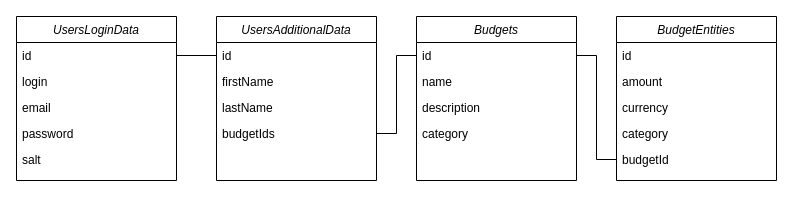
The draw.io diagram budget-buddy-ERD.drawio in marcinkida97/budget-buddy-api, before the edit. Source tidied: cells renumbered, new cells numbered last; positions are measured from the earlier drawing's top-left corner, leaving out a move shared by most shapes. Both pictures are drawn from the tidied source at 100%, with x=0, y=0 at pixel (16, 16).
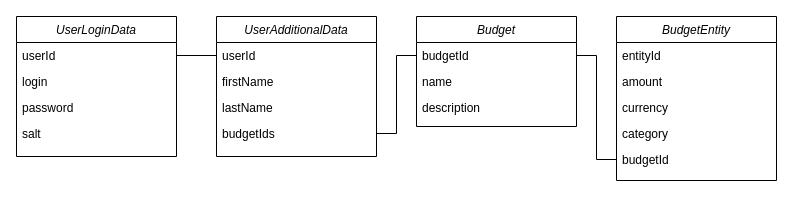
After the change.

What changed in the source:
```diff
@@
-    <mxCell id="2" value="UsersLoginData" style="swimlane;fontStyle=2;align=center;verticalAlign=top;horizontal=1;startSize=26;rounded=0;shadow=0;strokeWidth=1;" parent="1" vertex="1">
-      <mxGeometry width="160" height="164" as="geometry" />
+    <mxCell id="2" value="UserLoginData" style="swimlane;fontStyle=2;align=center;verticalAlign=top;horizontal=1;startSize=26;rounded=0;shadow=0;strokeWidth=1;" parent="1" vertex="1">
+      <mxGeometry width="160" height="140" as="geometry" />
     </mxCell>
-    <mxCell id="3" value="id" style="text;align=left;verticalAlign=top;spacingLeft=4;spacingRight=4;overflow=hidden;points=[[0,0.5],[1,0.5]];portConstraint=eastwest;" parent="2" vertex="1">
+    <mxCell id="3" value="userId" style="text;align=left;verticalAlign=top;spacingLeft=4;spacingRight=4;overflow=hidden;points=[[0,0.5],[1,0.5]];portConstraint=eastwest;" parent="2" vertex="1">
       <mxGeometry y="26" width="160" height="26" as="geometry" />
     </mxCell>
@@
-    <mxCell id="5" value="email" style="text;align=left;verticalAlign=top;spacingLeft=4;spacingRight=4;overflow=hidden;rounded=0;shadow=0;html=0;" parent="2" vertex="1">
-      <mxGeometry y="78" width="160" height="26" as="geometry" />
-    </mxCell>
     <mxCell id="6" value="password" style="text;align=left;verticalAlign=top;spacingLeft=4;spacingRight=4;overflow=hidden;rounded=0;shadow=0;html=0;" parent="2" vertex="1">
-      <mxGeometry y="104" width="160" height="26" as="geometry" />
+      <mxGeometry y="78" width="160" height="26" as="geometry" />
     </mxCell>
     <mxCell id="7" value="salt" style="text;align=left;verticalAlign=top;spacingLeft=4;spacingRight=4;overflow=hidden;rounded=0;shadow=0;html=0;" parent="2" vertex="1">
-      <mxGeometry y="130" width="160" height="26" as="geometry" />
+      <mxGeometry y="104" width="160" height="26" as="geometry" />
     </mxCell>
-    <mxCell id="8" value="UsersAdditionalData" style="swimlane;fontStyle=2;align=center;verticalAlign=top;horizontal=1;startSize=26;rounded=0;shadow=0;strokeWidth=1;" parent="1" vertex="1">
-      <mxGeometry x="200" width="160" height="164" as="geometry" />
+    <mxCell id="8" value="UserAdditionalData" style="swimlane;fontStyle=2;align=center;verticalAlign=top;horizontal=1;startSize=26;rounded=0;shadow=0;strokeWidth=1;" parent="1" vertex="1">
+      <mxGeometry x="200" width="160" height="140" as="geometry" />
     </mxCell>
-    <mxCell id="9" value="id" style="text;align=left;verticalAlign=top;spacingLeft=4;spacingRight=4;overflow=hidden;points=[[0,0.5],[1,0.5]];portConstraint=eastwest;" parent="8" vertex="1">
+    <mxCell id="9" value="userId" style="text;align=left;verticalAlign=top;spacingLeft=4;spacingRight=4;overflow=hidden;points=[[0,0.5],[1,0.5]];portConstraint=eastwest;" parent="8" vertex="1">
       <mxGeometry y="26" width="160" height="26" as="geometry" />
     </mxCell>
@@
-    <mxCell id="14" value="BudgetEntities" style="swimlane;fontStyle=2;align=center;verticalAlign=top;horizontal=1;startSize=26;rounded=0;shadow=0;strokeWidth=1;" parent="1" vertex="1">
+    <mxCell id="14" value="BudgetEntity" style="swimlane;fontStyle=2;align=center;verticalAlign=top;horizontal=1;startSize=26;rounded=0;shadow=0;strokeWidth=1;" parent="1" vertex="1">
       <mxGeometry x="600" width="160" height="164" as="geometry" />
     </mxCell>
-    <mxCell id="15" value="id" style="text;align=left;verticalAlign=top;spacingLeft=4;spacingRight=4;overflow=hidden;" parent="14" vertex="1">
+    <mxCell id="15" value="entityId" style="text;align=left;verticalAlign=top;spacingLeft=4;spacingRight=4;overflow=hidden;" parent="14" vertex="1">
       <mxGeometry y="26" width="160" height="26" as="geometry" />
     </mxCell>
@@
-    <mxCell id="20" value="Budgets" style="swimlane;fontStyle=2;align=center;verticalAlign=top;horizontal=1;startSize=26;rounded=0;shadow=0;strokeWidth=1;" parent="1" vertex="1">
-      <mxGeometry x="400" width="160" height="164" as="geometry" />
+    <mxCell id="20" value="Budget" style="swimlane;fontStyle=2;align=center;verticalAlign=top;horizontal=1;startSize=26;rounded=0;shadow=0;strokeWidth=1;" parent="1" vertex="1">
+      <mxGeometry x="400" width="160" height="110" as="geometry" />
     </mxCell>
-    <mxCell id="21" value="id" style="text;align=left;verticalAlign=top;spacingLeft=4;spacingRight=4;overflow=hidden;points=[[0,0.5],[1,0.5]];portConstraint=eastwest;" parent="20" vertex="1">
+    <mxCell id="21" value="budgetId" style="text;align=left;verticalAlign=top;spacingLeft=4;spacingRight=4;overflow=hidden;points=[[0,0.5],[1,0.5]];portConstraint=eastwest;" parent="20" vertex="1">
       <mxGeometry y="26" width="160" height="26" as="geometry" />
     </mxCell>
@@
-    <mxCell id="24" value="category" style="text;align=left;verticalAlign=top;spacingLeft=4;spacingRight=4;overflow=hidden;rounded=0;shadow=0;html=0;" parent="20" vertex="1">
-      <mxGeometry y="104" width="160" height="26" as="geometry" />
-    </mxCell>
```
